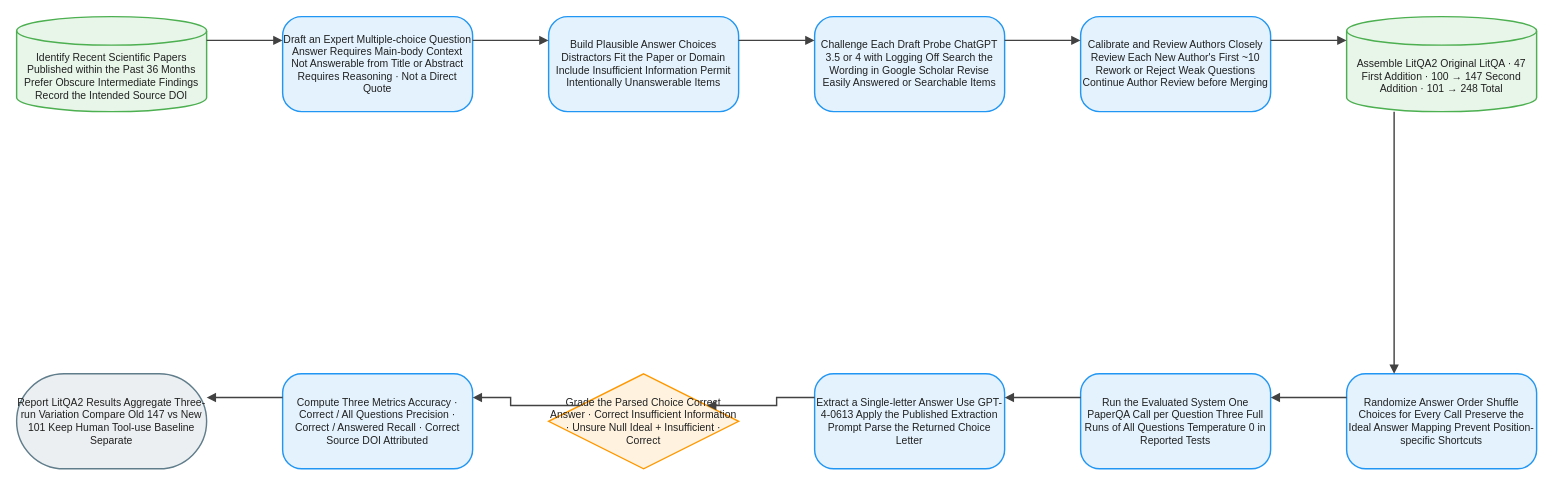
Above: client/public/drawio/LitQA2/LitQA2.en.drawio in joe1chief/benchmark-hub (draw.io), before the change. Source tidied: cells renumbered, new cells numbered last; positions are measured from the earlier drawing's top-left corner, leaving out a move shared by most shapes. Both pictures are drawn from the tidied source at 95%, with x=0, y=0 at pixel (16, 16).
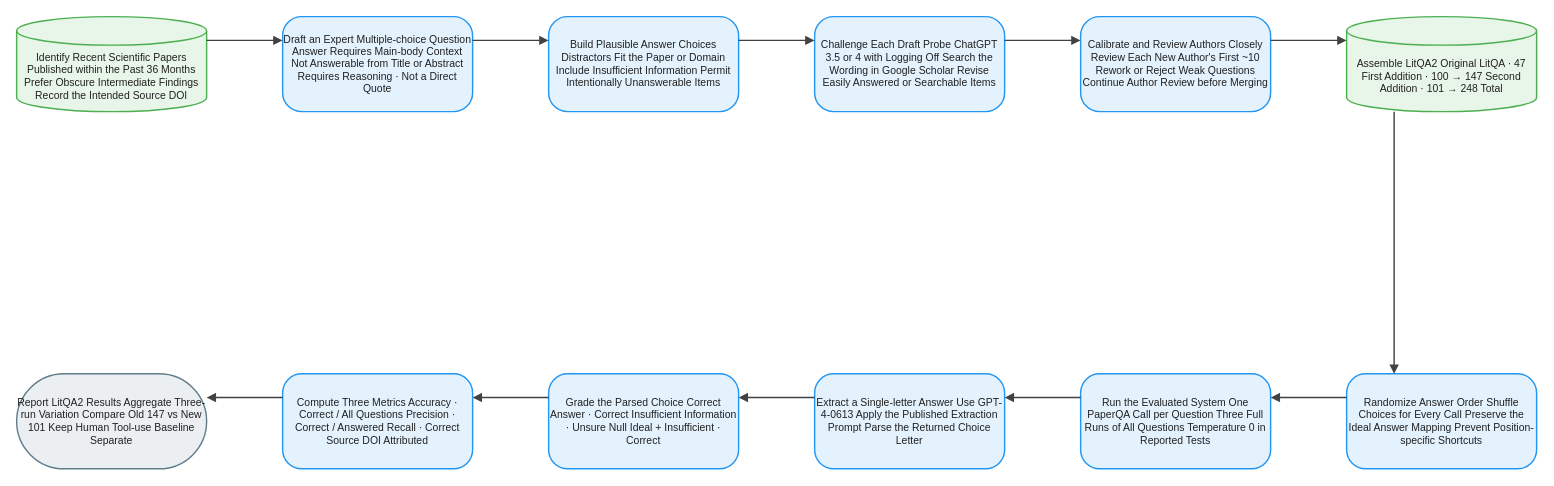
The same page after the edit.

Diff of the diagram source:
```diff
@@
-    <mxCell id="11" value="Grade the Parsed Choice Correct Answer · Correct Insufficient Information · Unsure Null Ideal + Insufficient · Correct" style="rhombus;html=1;whiteSpace=wrap;fillColor=#FFF3E0;strokeColor=#FF9800;strokeWidth=1.5;fontColor=#212121;fontSize=11;fontFamily=Arial, Helvetica, sans-serif;verticalAlign=middle;align=center;" parent="1" vertex="1">
+    <mxCell id="11" value="Grade the Parsed Choice Correct Answer · Correct Insufficient Information · Unsure Null Ideal + Insufficient · Correct" style="rounded=1;arcSize=20;html=1;whiteSpace=wrap;fillColor=#E3F2FD;strokeColor=#2196F3;strokeWidth=1.5;fontColor=#212121;fontSize=11;fontFamily=Arial, Helvetica, sans-serif;verticalAlign=middle;align=center;" parent="1" vertex="1">
       <mxGeometry x="560" y="376" width="200" height="100" as="geometry" />
     </mxCell>
```
